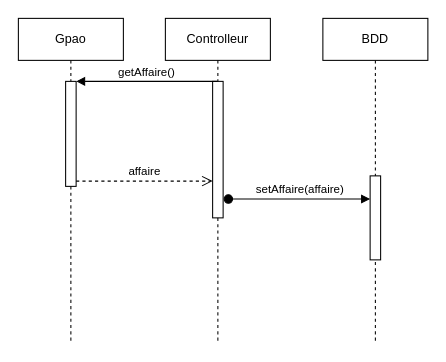
Earlier version of the draw.io diagram Analyse/Hugo/diagrammeDeSequence.drawio (MRCThomas/testDeVerinSurBancHydraulique). Source tidied: cells renumbered, new cells numbered last; positions are measured from the earlier drawing's top-left corner, leaving out a move shared by most shapes. Both pictures are drawn from the tidied source at 105%, with x=0, y=0 at pixel (18, 18).
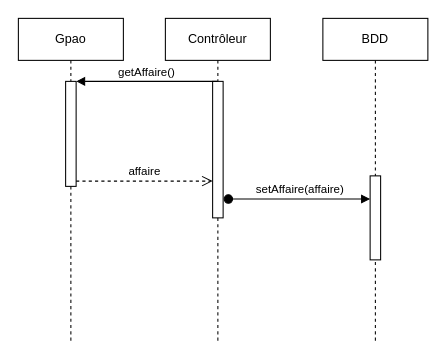
The same diagram, later.

The edit, as a diff of the source:
```diff
@@
 <mxGraphModel>
   <root>
     <mxCell id="0" />
     <mxCell id="1" parent="0" />
-    <mxCell id="2" value="Controlleur" style="shape=umlLifeline;perimeter=lifelinePerimeter;whiteSpace=wrap;html=1;outlineConnect=0;" parent="1" vertex="1">
+    <mxCell id="2" value="Contrôleur" style="shape=umlLifeline;perimeter=lifelinePerimeter;whiteSpace=wrap;html=1;outlineConnect=0;" parent="1" vertex="1">
       <mxGeometry x="140" width="100" height="310" as="geometry" />
     </mxCell>
     <mxCell id="3" style="html=1;points=[];perimeter=orthogonalPerimeter;" parent="2" vertex="1">
       <mxGeometry x="45" y="60" width="10" height="130" as="geometry" />
     </mxCell>
     <mxCell id="4" value="Gpao" style="shape=umlLifeline;perimeter=lifelinePerimeter;whiteSpace=wrap;html=1;" parent="1" vertex="1">
       <mxGeometry width="100" height="310" as="geometry" />
     </mxCell>
     <mxCell id="5" style="html=1;points=[];perimeter=orthogonalPerimeter;" parent="4" vertex="1">
       <mxGeometry x="45" y="60" width="10" height="100" as="geometry" />
     </mxCell>
     <mxCell id="6" value="BDD" style="shape=umlLifeline;perimeter=lifelinePerimeter;whiteSpace=wrap;html=1;" parent="1" vertex="1">
       <mxGeometry x="290" width="100" height="310" as="geometry" />
     </mxCell>
     <mxCell id="7" style="html=1;points=[];perimeter=orthogonalPerimeter;" parent="6" vertex="1">
       <mxGeometry x="45" y="150" width="10" height="80" as="geometry" />
     </mxCell>
     <mxCell id="8" value="getAffaire()" style="html=1;verticalAlign=bottom;endArrow=block;entryX=1;entryY=0;" parent="1" edge="1" source="2" target="5">
       <mxGeometry x="0.03" relative="1" as="geometry">
         <mxPoint x="1" as="offset" />
       </mxGeometry>
     </mxCell>
     <mxCell id="9" value="affaire" style="html=1;verticalAlign=bottom;endArrow=open;dashed=1;endSize=8;exitX=1;exitY=0.95;" parent="1" edge="1" source="5" target="3">
       <mxGeometry relative="1" as="geometry" />
     </mxCell>
     <mxCell id="10" value="setAffaire(affaire)" style="html=1;verticalAlign=bottom;startArrow=oval;endArrow=block;startSize=8;exitX=1.5;exitY=0.862;exitDx=0;exitDy=0;exitPerimeter=0;" parent="1" edge="1" source="3" target="7">
       <mxGeometry relative="1" as="geometry" />
     </mxCell>
   </root>
 </mxGraphModel>
```
